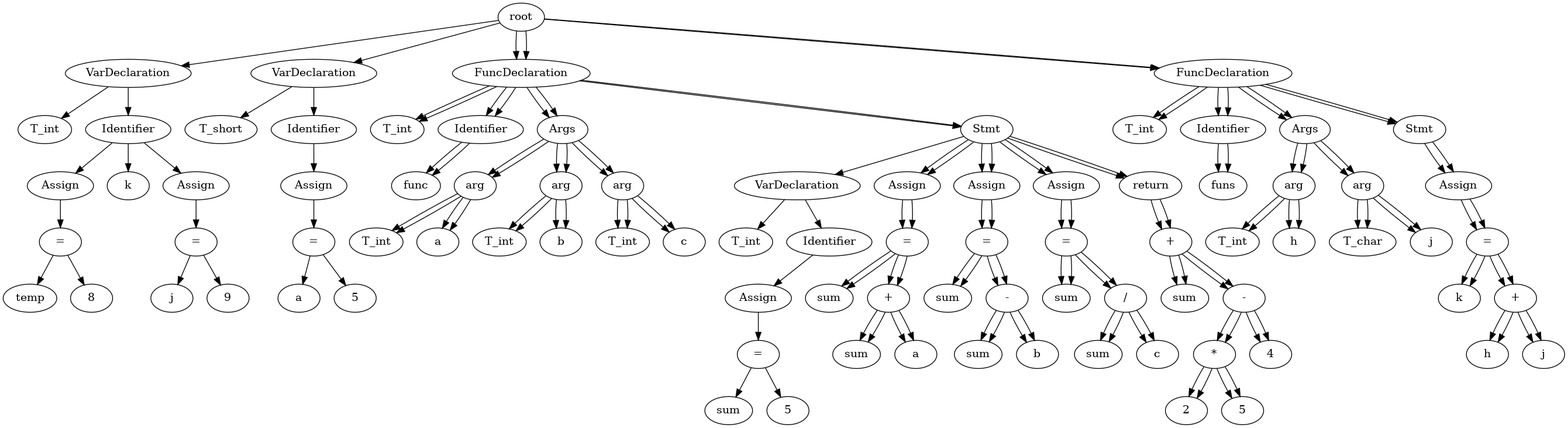
Before: test.gv.png, a diagram exported from Graphviz (Jstar49/starCC). Its source is kept beside it as test.gv.
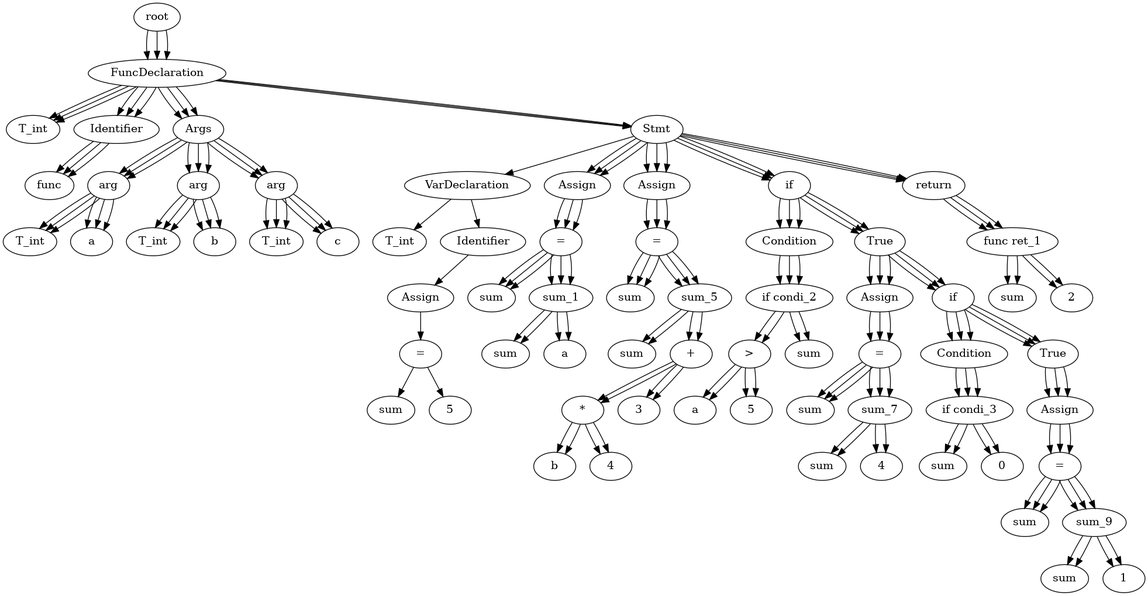
The same file after the commit.

The edit, as a diff of the source:
```diff
@@ -1,292 +1,345 @@
 digraph {
 	None [label=root]
-	0 [label=VarDeclaration]
+	0 [label=FuncDeclaration]
 	None -> 0
 	1 [label=T_int]
 	0 -> 1
 	2 [label=Identifier]
 	0 -> 2
-	3 [label=Assign]
+	3 [label=func]
 	2 -> 3
-	5 [label="="]
-	3 -> 5
-	4 [label=temp]
-	5 -> 4
-	6 [label=8]
+	4 [label=Args]
+	0 -> 4
+	5 [label=arg]
+	4 -> 5
+	6 [label=T_int]
 	5 -> 6
-	7 [label=k]
-	2 -> 7
-	8 [label=Assign]
-	2 -> 8
-	10 [label="="]
+	7 [label=a]
+	5 -> 7
+	8 [label=arg]
+	4 -> 8
+	9 [label=T_int]
+	8 -> 9
+	10 [label=b]
 	8 -> 10
-	9 [label=j]
-	10 -> 9
-	11 [label=9]
-	10 -> 11
-	12 [label=VarDeclaration]
-	None -> 12
-	13 [label=T_short]
-	12 -> 13
-	14 [label=Identifier]
-	12 -> 14
-	15 [label=Assign]
+	11 [label=arg]
+	4 -> 11
+	12 [label=T_int]
+	11 -> 12
+	13 [label=c]
+	11 -> 13
+	14 [label=Stmt]
+	0 -> 14
+	15 [label=VarDeclaration]
 	14 -> 15
-	17 [label="="]
+	16 [label=T_int]
+	15 -> 16
+	17 [label=Identifier]
 	15 -> 17
-	16 [label=a]
-	17 -> 16
-	18 [label=5]
+	18 [label=Assign]
 	17 -> 18
-	19 [label=FuncDeclaration]
-	None -> 19
-	20 [label=T_int]
-	19 -> 20
-	21 [label=Identifier]
-	19 -> 21
-	22 [label=func]
-	21 -> 22
-	23 [label=Args]
-	19 -> 23
-	24 [label=arg]
-	23 -> 24
-	25 [label=T_int]
-	24 -> 25
-	26 [label=a]
+	20 [label="="]
+	18 -> 20
+	19 [label=sum]
+	20 -> 19
+	21 [label=5]
+	20 -> 21
+	22 [label=Assign]
+	14 -> 22
+	24 [label="="]
+	22 -> 24
+	23 [label=sum]
+	24 -> 23
+	26 [label="+"]
 	24 -> 26
-	27 [label=arg]
-	23 -> 27
-	28 [label=T_int]
-	27 -> 28
-	29 [label=b]
-	27 -> 29
-	30 [label=arg]
-	23 -> 30
-	31 [label=T_int]
-	30 -> 31
-	32 [label=c]
+	25 [label=sum]
+	26 -> 25
+	27 [label=a]
+	26 -> 27
+	28 [label=Assign]
+	14 -> 28
+	30 [label="="]
+	28 -> 30
+	29 [label=sum]
+	30 -> 29
+	32 [label="-"]
 	30 -> 32
-	33 [label=Stmt]
-	19 -> 33
-	34 [label=VarDeclaration]
-	33 -> 34
-	35 [label=T_int]
+	31 [label=sum]
+	32 -> 31
+	36 [label="+"]
+	32 -> 36
+	34 [label="*"]
+	36 -> 34
+	33 [label=b]
+	34 -> 33
+	35 [label=4]
 	34 -> 35
-	36 [label=Identifier]
-	34 -> 36
-	37 [label=Assign]
+	37 [label=3]
 	36 -> 37
-	39 [label="="]
-	37 -> 39
-	38 [label=sum]
-	39 -> 38
-	40 [label=5]
-	39 -> 40
-	41 [label=Assign]
-	33 -> 41
-	43 [label="="]
-	41 -> 43
-	42 [label=sum]
-	43 -> 42
-	45 [label="+"]
-	43 -> 45
+	38 [label=if]
+	14 -> 38
+	39 [label=Condition]
+	38 -> 39
+	43 [label="&&"]
+	39 -> 43
+	41 [label=">"]
+	43 -> 41
+	40 [label=a]
+	41 -> 40
+	42 [label=5]
+	41 -> 42
 	44 [label=sum]
-	45 -> 44
-	46 [label=a]
+	43 -> 44
+	45 [label=True]
+	38 -> 45
+	46 [label=Assign]
 	45 -> 46
-	47 [label=Assign]
-	33 -> 47
-	49 [label="="]
-	47 -> 49
-	48 [label=sum]
-	49 -> 48
-	51 [label="-"]
-	49 -> 51
-	50 [label=sum]
-	51 -> 50
-	52 [label=b]
-	51 -> 52
-	53 [label=Assign]
-	33 -> 53
-	55 [label="="]
+	48 [label="="]
+	46 -> 48
+	47 [label=sum]
+	48 -> 47
+	50 [label="-"]
+	48 -> 50
+	49 [label=sum]
+	50 -> 49
+	51 [label=4]
+	50 -> 51
+	52 [label=if]
+	45 -> 52
+	53 [label=Condition]
+	52 -> 53
+	55 [label=">"]
 	53 -> 55
 	54 [label=sum]
 	55 -> 54
-	57 [label="/"]
-	55 -> 57
-	56 [label=sum]
-	57 -> 56
-	58 [label=c]
+	56 [label=0]
+	55 -> 56
+	57 [label=True]
+	52 -> 57
+	58 [label=Assign]
 	57 -> 58
-	59 [label=return]
-	33 -> 59
-	61 [label="+"]
-	59 -> 61
-	60 [label=sum]
-	61 -> 60
-	65 [label="-"]
-	61 -> 65
-	63 [label="*"]
-	65 -> 63
-	62 [label=2]
-	63 -> 62
-	64 [label=5]
-	63 -> 64
-	66 [label=4]
-	65 -> 66
-	67 [label=FuncDeclaration]
-	None -> 67
-	68 [label=T_int]
-	67 -> 68
-	69 [label=Identifier]
-	67 -> 69
-	70 [label=funs]
-	69 -> 70
-	71 [label=Args]
-	67 -> 71
-	72 [label=arg]
-	71 -> 72
-	73 [label=T_int]
-	72 -> 73
-	74 [label=h]
-	72 -> 74
-	75 [label=arg]
-	71 -> 75
-	76 [label=T_char]
-	75 -> 76
-	77 [label=j]
-	75 -> 77
-	78 [label=Stmt]
-	67 -> 78
-	79 [label=Assign]
-	78 -> 79
-	81 [label="="]
-	79 -> 81
-	80 [label=k]
-	81 -> 80
-	83 [label="+"]
-	81 -> 83
-	82 [label=h]
-	83 -> 82
-	84 [label=j]
-	83 -> 84
+	60 [label="="]
+	58 -> 60
+	59 [label=sum]
+	60 -> 59
+	62 [label="-"]
+	60 -> 62
+	61 [label=sum]
+	62 -> 61
+	63 [label=1]
+	62 -> 63
+	64 [label=return]
+	14 -> 64
+	66 [label="+"]
+	64 -> 66
+	65 [label=sum]
+	66 -> 65
+	67 [label=2]
+	66 -> 67
 	None [label=root]
-	19 [label=FuncDeclaration]
-	None -> 19
-	20 [label=T_int]
-	19 -> 20
-	21 [label=Identifier]
-	19 -> 21
-	22 [label=func]
-	21 -> 22
-	23 [label=Args]
-	19 -> 23
-	24 [label=arg]
-	23 -> 24
-	25 [label=T_int]
-	24 -> 25
-	26 [label=a]
+	0 [label=FuncDeclaration]
+	None -> 0
+	1 [label=T_int]
+	0 -> 1
+	2 [label=Identifier]
+	0 -> 2
+	3 [label=func]
+	2 -> 3
+	4 [label=Args]
+	0 -> 4
+	5 [label=arg]
+	4 -> 5
+	6 [label=T_int]
+	5 -> 6
+	7 [label=a]
+	5 -> 7
+	8 [label=arg]
+	4 -> 8
+	9 [label=T_int]
+	8 -> 9
+	10 [label=b]
+	8 -> 10
+	11 [label=arg]
+	4 -> 11
+	12 [label=T_int]
+	11 -> 12
+	13 [label=c]
+	11 -> 13
+	14 [label=Stmt]
+	0 -> 14
+	22 [label=Assign]
+	14 -> 22
+	24 [label="="]
+	22 -> 24
+	23 [label=sum]
+	24 -> 23
+	26 [label="+"]
 	24 -> 26
-	27 [label=arg]
-	23 -> 27
-	28 [label=T_int]
-	27 -> 28
-	29 [label=b]
-	27 -> 29
-	30 [label=arg]
-	23 -> 30
-	31 [label=T_int]
-	30 -> 31
-	32 [label=c]
+	25 [label=sum]
+	26 -> 25
+	27 [label=a]
+	26 -> 27
+	28 [label=Assign]
+	14 -> 28
+	30 [label="="]
+	28 -> 30
+	29 [label=sum]
+	30 -> 29
+	32 [label="-"]
 	30 -> 32
-	33 [label=Stmt]
-	19 -> 33
-	41 [label=Assign]
-	33 -> 41
-	43 [label="="]
-	41 -> 43
-	42 [label=sum]
-	43 -> 42
-	45 [label="+"]
-	43 -> 45
+	31 [label=sum]
+	32 -> 31
+	36 [label="+"]
+	32 -> 36
+	34 [label="*"]
+	36 -> 34
+	33 [label=b]
+	34 -> 33
+	35 [label=4]
+	34 -> 35
+	37 [label=3]
+	36 -> 37
+	38 [label=if]
+	14 -> 38
+	39 [label=Condition]
+	38 -> 39
+	43 [label="&&"]
+	39 -> 43
+	41 [label=">"]
+	43 -> 41
+	40 [label=a]
+	41 -> 40
+	42 [label=5]
+	41 -> 42
 	44 [label=sum]
-	45 -> 44
-	46 [label=a]
+	43 -> 44
+	45 [label=True]
+	38 -> 45
+	46 [label=Assign]
 	45 -> 46
-	47 [label=Assign]
-	33 -> 47
-	49 [label="="]
-	47 -> 49
-	48 [label=sum]
-	49 -> 48
-	51 [label="-"]
-	49 -> 51
-	50 [label=sum]
-	51 -> 50
-	52 [label=b]
-	51 -> 52
-	53 [label=Assign]
-	33 -> 53
-	55 [label="="]
+	48 [label="="]
+	46 -> 48
+	47 [label=sum]
+	48 -> 47
+	50 [label="-"]
+	48 -> 50
+	49 [label=sum]
+	50 -> 49
+	51 [label=4]
+	50 -> 51
+	52 [label=if]
+	45 -> 52
+	53 [label=Condition]
+	52 -> 53
+	55 [label=">"]
 	53 -> 55
 	54 [label=sum]
 	55 -> 54
-	57 [label="/"]
-	55 -> 57
-	56 [label=sum]
-	57 -> 56
-	58 [label=c]
+	56 [label=0]
+	55 -> 56
+	57 [label=True]
+	52 -> 57
+	58 [label=Assign]
 	57 -> 58
-	59 [label=return]
-	33 -> 59
-	61 [label="+"]
-	59 -> 61
-	60 [label=sum]
-	61 -> 60
-	65 [label="-"]
-	61 -> 65
-	63 [label="*"]
-	65 -> 63
-	62 [label=2]
-	63 -> 62
-	64 [label=5]
-	63 -> 64
-	66 [label=4]
-	65 -> 66
-	67 [label=FuncDeclaration]
-	None -> 67
-	68 [label=T_int]
-	67 -> 68
-	69 [label=Identifier]
-	67 -> 69
-	70 [label=funs]
-	69 -> 70
-	71 [label=Args]
-	67 -> 71
-	72 [label=arg]
-	71 -> 72
-	73 [label=T_int]
-	72 -> 73
-	74 [label=h]
-	72 -> 74
-	75 [label=arg]
-	71 -> 75
-	76 [label=T_char]
-	75 -> 76
-	77 [label=j]
-	75 -> 77
-	78 [label=Stmt]
-	67 -> 78
-	79 [label=Assign]
-	78 -> 79
-	81 [label="="]
-	79 -> 81
-	80 [label=k]
-	81 -> 80
-	83 [label="+"]
-	81 -> 83
-	82 [label=h]
-	83 -> 82
-	84 [label=j]
-	83 -> 84
+	60 [label="="]
+	58 -> 60
+	59 [label=sum]
+	60 -> 59
+	62 [label="-"]
+	60 -> 62
+	61 [label=sum]
+	62 -> 61
+	63 [label=1]
+	62 -> 63
+	64 [label=return]
+	14 -> 64
+	66 [label="+"]
+	64 -> 66
+	65 [label=sum]
+	66 -> 65
+	67 [label=2]
+	66 -> 67
+	None [label=root]
+	0 [label=FuncDeclaration]
+	None -> 0
+	1 [label=T_int]
+	0 -> 1
+	2 [label=Identifier]
+	0 -> 2
+	3 [label=func]
+	2 -> 3
+	4 [label=Args]
+	0 -> 4
+	5 [label=arg]
+	4 -> 5
+	6 [label=T_int]
+	5 -> 6
+	7 [label=a]
+	5 -> 7
+	8 [label=arg]
+	4 -> 8
+	9 [label=T_int]
+	8 -> 9
+	10 [label=b]
+	8 -> 10
+	11 [label=arg]
+	4 -> 11
+	12 [label=T_int]
+	11 -> 12
+	13 [label=c]
+	11 -> 13
+	14 [label=Stmt]
+	0 -> 14
+	22 [label=Assign]
+	14 -> 22
+	24 [label="="]
+	22 -> 24
+	23 [label=sum]
+	24 -> 23
+	26 [label=sum_1]
+	24 -> 26
+	28 [label=Assign]
+	14 -> 28
+	30 [label="="]
+	28 -> 30
+	29 [label=sum]
+	30 -> 29
+	32 [label=sum_5]
+	30 -> 32
+	38 [label=if]
+	14 -> 38
+	39 [label=Condition]
+	38 -> 39
+	43 [label="if condi_2"]
+	39 -> 43
+	45 [label=True]
+	38 -> 45
+	46 [label=Assign]
+	45 -> 46
+	48 [label="="]
+	46 -> 48
+	47 [label=sum]
+	48 -> 47
+	50 [label=sum_7]
+	48 -> 50
+	52 [label=if]
+	45 -> 52
+	53 [label=Condition]
+	52 -> 53
+	55 [label="if condi_3"]
+	53 -> 55
+	57 [label=True]
+	52 -> 57
+	58 [label=Assign]
+	57 -> 58
+	60 [label="="]
+	58 -> 60
+	59 [label=sum]
+	60 -> 59
+	62 [label=sum_9]
+	60 -> 62
+	64 [label=return]
+	14 -> 64
+	66 [label="func ret_1"]
+	64 -> 66
 }
```
